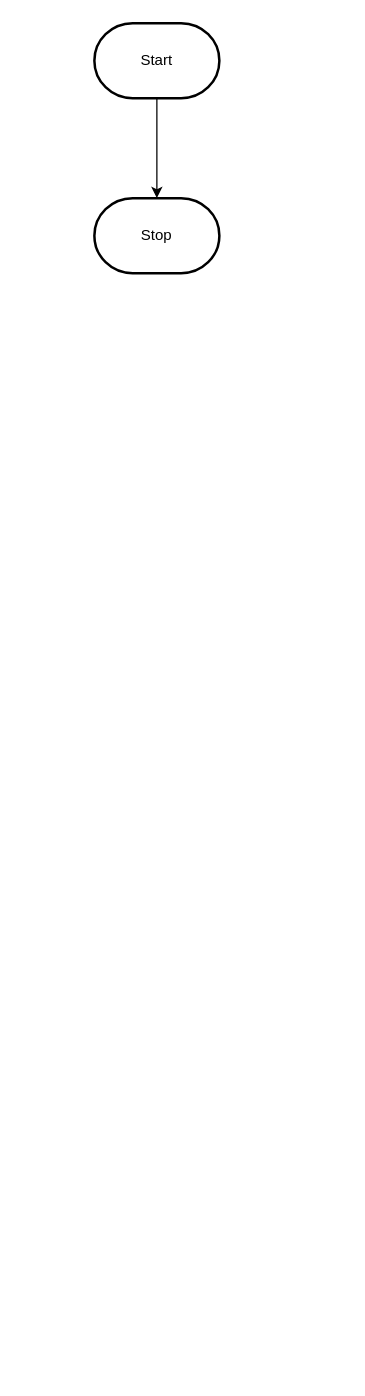
Before: design/flowchart.drawio in MTHS-TEJ2O-1-2023/TEJ2O-Unit-2-13-Jack-Eddy, a draw.io diagram. Source tidied: cells renumbered, new cells numbered last; positions are measured from the earlier drawing's top-left corner, leaving out a move shared by most shapes. Both pictures are drawn from the tidied source at 125%, with x=0, y=0 at pixel (94, 22).
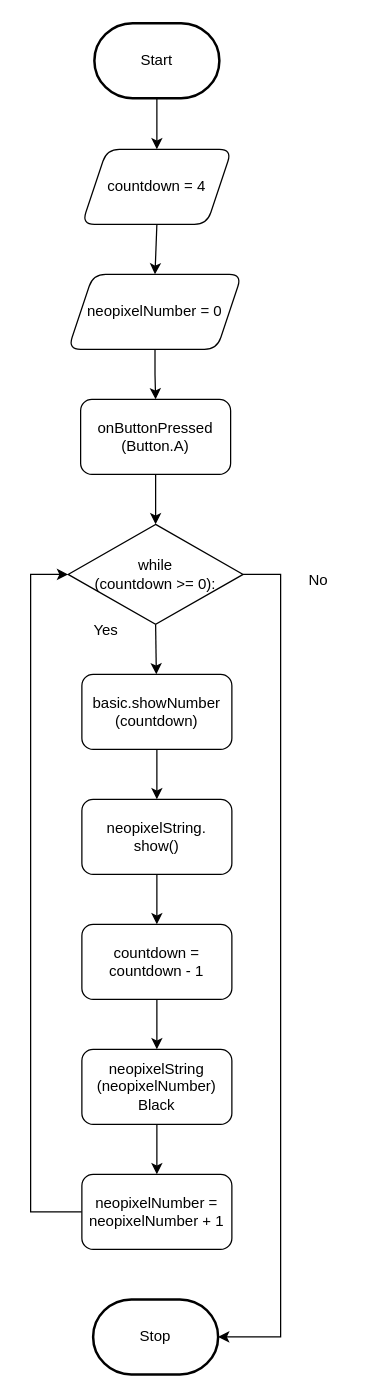
The same page after the edit.

The change refers to these unchanged cells:
```xml
<mxCell id="3" value="Start" style="strokeWidth=2;html=1;shape=mxgraph.flowchart.terminator;whiteSpace=wrap;" parent="1" vertex="1">
  <mxGeometry width="100" height="60" as="geometry" />
</mxCell>
```

What changed in the source:
```diff
@@
-    <mxCell id="2" style="edgeStyle=orthogonalEdgeStyle;html=1;rounded=0;" parent="1" edge="1" source="3" target="4">
-      <mxGeometry relative="1" as="geometry" />
-    </mxCell>
+    <mxCell id="5" style="edgeStyle=orthogonalEdgeStyle;rounded=0;html=1;exitX=0.5;exitY=1;exitDx=0;exitDy=0;exitPerimeter=0;" parent="1" edge="1" source="3" target="16">
+      <mxGeometry relative="1" as="geometry" />
+    </mxCell>
@@
     <mxCell id="4" value="Stop" style="strokeWidth=2;html=1;shape=mxgraph.flowchart.terminator;whiteSpace=wrap;" parent="1" vertex="1">
-      <mxGeometry y="140" width="100" height="60" as="geometry" />
+      <mxGeometry x="-1" y="1021" width="100" height="60" as="geometry" />
     </mxCell>
+    <mxCell id="6" style="edgeStyle=none;html=1;exitX=0.5;exitY=1;exitDx=0;exitDy=0;entryX=0.5;entryY=0;entryDx=0;entryDy=0;" parent="1" edge="1" source="7" target="10">
+      <mxGeometry relative="1" as="geometry" />
+    </mxCell>
+    <mxCell id="7" value="onButtonPressed&lt;br&gt;(Button.A)" style="rounded=1;whiteSpace=wrap;html=1;" parent="1" vertex="1">
+      <mxGeometry x="-11" y="301" width="120" height="60" as="geometry" />
+    </mxCell>
+    <mxCell id="8" style="edgeStyle=none;html=1;exitX=0.5;exitY=1;exitDx=0;exitDy=0;" parent="1" edge="1" source="10" target="12">
+      <mxGeometry relative="1" as="geometry" />
+    </mxCell>
+    <mxCell id="9" style="edgeStyle=orthogonalEdgeStyle;rounded=0;html=1;exitX=1;exitY=0.5;exitDx=0;exitDy=0;entryX=1;entryY=0.5;entryDx=0;entryDy=0;entryPerimeter=0;" parent="1" edge="1" source="10" target="4">
+      <mxGeometry relative="1" as="geometry">
+        <Array as="points">
+          <mxPoint x="149" y="441" />
+          <mxPoint x="149" y="1051" />
+        </Array>
+      </mxGeometry>
+    </mxCell>
+    <mxCell id="10" value="while &lt;br&gt;(countdown &amp;gt;= 0):" style="rhombus;whiteSpace=wrap;html=1;" parent="1" vertex="1">
+      <mxGeometry x="-21" y="401" width="140" height="80" as="geometry" />
+    </mxCell>
+    <mxCell id="11" style="edgeStyle=orthogonalEdgeStyle;rounded=0;html=1;exitX=0.5;exitY=1;exitDx=0;exitDy=0;entryX=0.5;entryY=0;entryDx=0;entryDy=0;" parent="1" edge="1" source="12" target="14">
+      <mxGeometry relative="1" as="geometry" />
+    </mxCell>
+    <mxCell id="12" value="basic.showNumber&lt;br&gt;(countdown)" style="rounded=1;whiteSpace=wrap;html=1;" parent="1" vertex="1">
+      <mxGeometry x="-10" y="521" width="120" height="60" as="geometry" />
+    </mxCell>
+    <mxCell id="13" style="edgeStyle=none;rounded=0;html=1;exitX=0.5;exitY=1;exitDx=0;exitDy=0;entryX=0.5;entryY=0;entryDx=0;entryDy=0;" parent="1" edge="1" source="14" target="20">
+      <mxGeometry relative="1" as="geometry" />
+    </mxCell>
+    <mxCell id="14" value="neopixelString.&lt;br&gt;show()" style="rounded=1;whiteSpace=wrap;html=1;" parent="1" vertex="1">
+      <mxGeometry x="-10" y="621" width="120" height="60" as="geometry" />
+    </mxCell>
+    <mxCell id="15" style="rounded=0;html=1;exitX=0.5;exitY=1;exitDx=0;exitDy=0;entryX=0.5;entryY=0;entryDx=0;entryDy=0;" parent="1" edge="1" source="16" target="18">
+      <mxGeometry relative="1" as="geometry" />
+    </mxCell>
+    <mxCell id="16" value="countdown = 4" style="shape=parallelogram;perimeter=parallelogramPerimeter;whiteSpace=wrap;html=1;fixedSize=1;rounded=1;" parent="1" vertex="1">
+      <mxGeometry x="-10" y="101" width="120" height="60" as="geometry" />
+    </mxCell>
+    <mxCell id="17" style="edgeStyle=orthogonalEdgeStyle;rounded=0;html=1;exitX=0.5;exitY=1;exitDx=0;exitDy=0;entryX=0.5;entryY=0;entryDx=0;entryDy=0;" parent="1" edge="1" source="18" target="7">
+      <mxGeometry relative="1" as="geometry" />
+    </mxCell>
+    <mxCell id="18" value="neopixelNumber = 0" style="shape=parallelogram;perimeter=parallelogramPerimeter;whiteSpace=wrap;html=1;fixedSize=1;rounded=1;" parent="1" vertex="1">
+      <mxGeometry x="-21" y="201" width="139" height="60" as="geometry" />
+    </mxCell>
+    <mxCell id="19" style="edgeStyle=none;rounded=0;html=1;exitX=0.5;exitY=1;exitDx=0;exitDy=0;entryX=0.5;entryY=0;entryDx=0;entryDy=0;" parent="1" edge="1" source="20" target="22">
+      <mxGeometry relative="1" as="geometry" />
+    </mxCell>
+    <mxCell id="20" value="countdown = countdown - 1" style="rounded=1;whiteSpace=wrap;html=1;" parent="1" vertex="1">
+      <mxGeometry x="-10" y="721" width="120" height="60" as="geometry" />
+    </mxCell>
+    <mxCell id="21" style="edgeStyle=none;rounded=0;html=1;exitX=0.5;exitY=1;exitDx=0;exitDy=0;entryX=0.5;entryY=0;entryDx=0;entryDy=0;" parent="1" edge="1" source="22" target="24">
+      <mxGeometry relative="1" as="geometry" />
+    </mxCell>
+    <mxCell id="22" value="neopixelString&lt;br&gt;(neopixelNumber)&lt;br&gt;Black" style="rounded=1;whiteSpace=wrap;html=1;" parent="1" vertex="1">
+      <mxGeometry x="-10" y="821" width="120" height="60" as="geometry" />
+    </mxCell>
+    <mxCell id="23" style="edgeStyle=orthogonalEdgeStyle;rounded=0;html=1;exitX=0;exitY=0.5;exitDx=0;exitDy=0;entryX=0;entryY=0.5;entryDx=0;entryDy=0;" parent="1" edge="1" source="24" target="10">
+      <mxGeometry relative="1" as="geometry">
+        <Array as="points">
+          <mxPoint x="-51" y="951" />
+          <mxPoint x="-51" y="441" />
+        </Array>
+      </mxGeometry>
+    </mxCell>
+    <mxCell id="24" value="neopixelNumber =&lt;br&gt;neopixelNumber + 1" style="rounded=1;whiteSpace=wrap;html=1;" parent="1" vertex="1">
+      <mxGeometry x="-10" y="921" width="120" height="60" as="geometry" />
+    </mxCell>
+    <mxCell id="25" value="Yes" style="text;html=1;align=center;verticalAlign=middle;strokeColor=none;fillColor=none;" parent="1" vertex="1">
+      <mxGeometry x="-11" y="471" width="40" height="30" as="geometry" />
+    </mxCell>
+    <mxCell id="26" value="No" style="text;html=1;align=center;verticalAlign=middle;strokeColor=none;fillColor=none;" parent="1" vertex="1">
+      <mxGeometry x="159" y="431" width="40" height="30" as="geometry" />
+    </mxCell>
```
